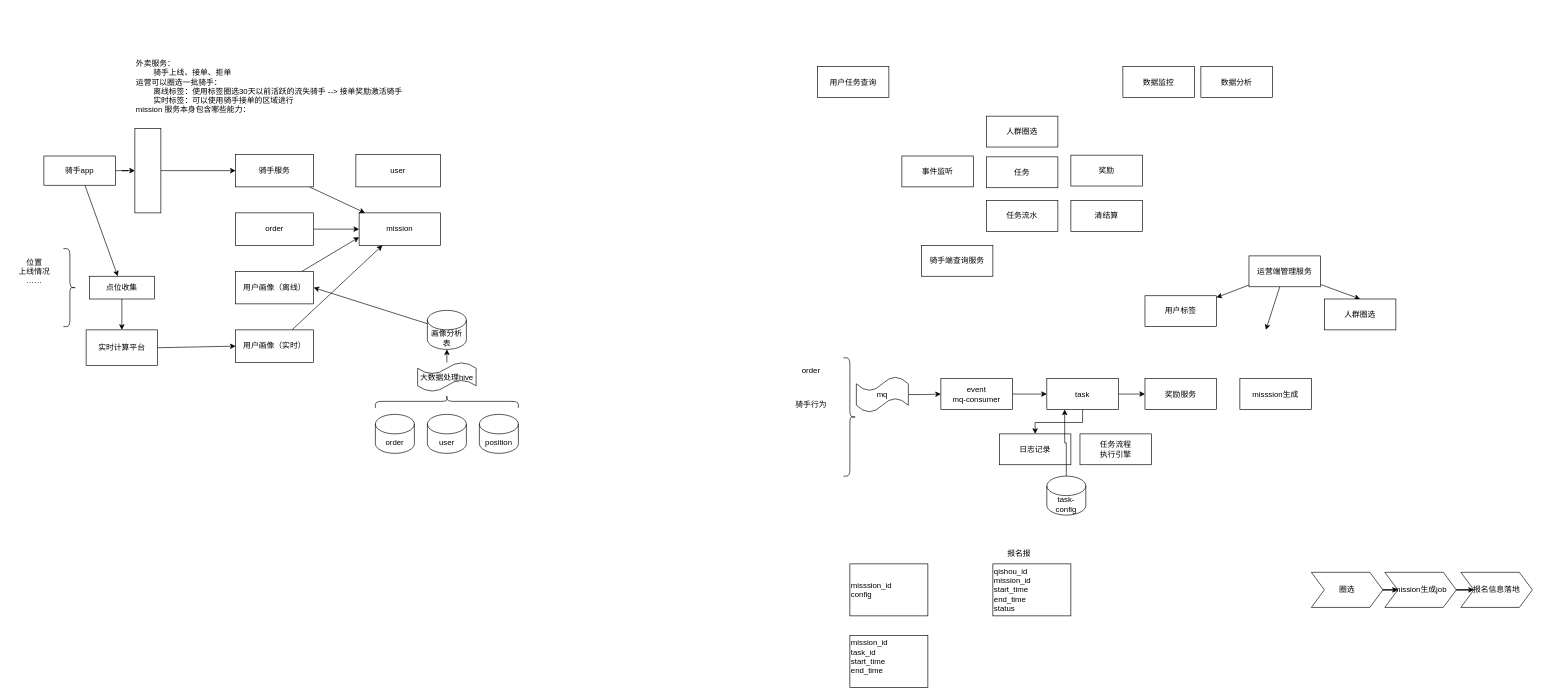
Earlier version of the draw.io diagram 面试1.drawio (ShayneL/-). Source tidied: cells renumbered, new cells numbered last; positions are measured from the earlier drawing's top-left corner, leaving out a move shared by most shapes. Both pictures are drawn from the tidied source at 65%, with x=0, y=0 at pixel (11, 55).
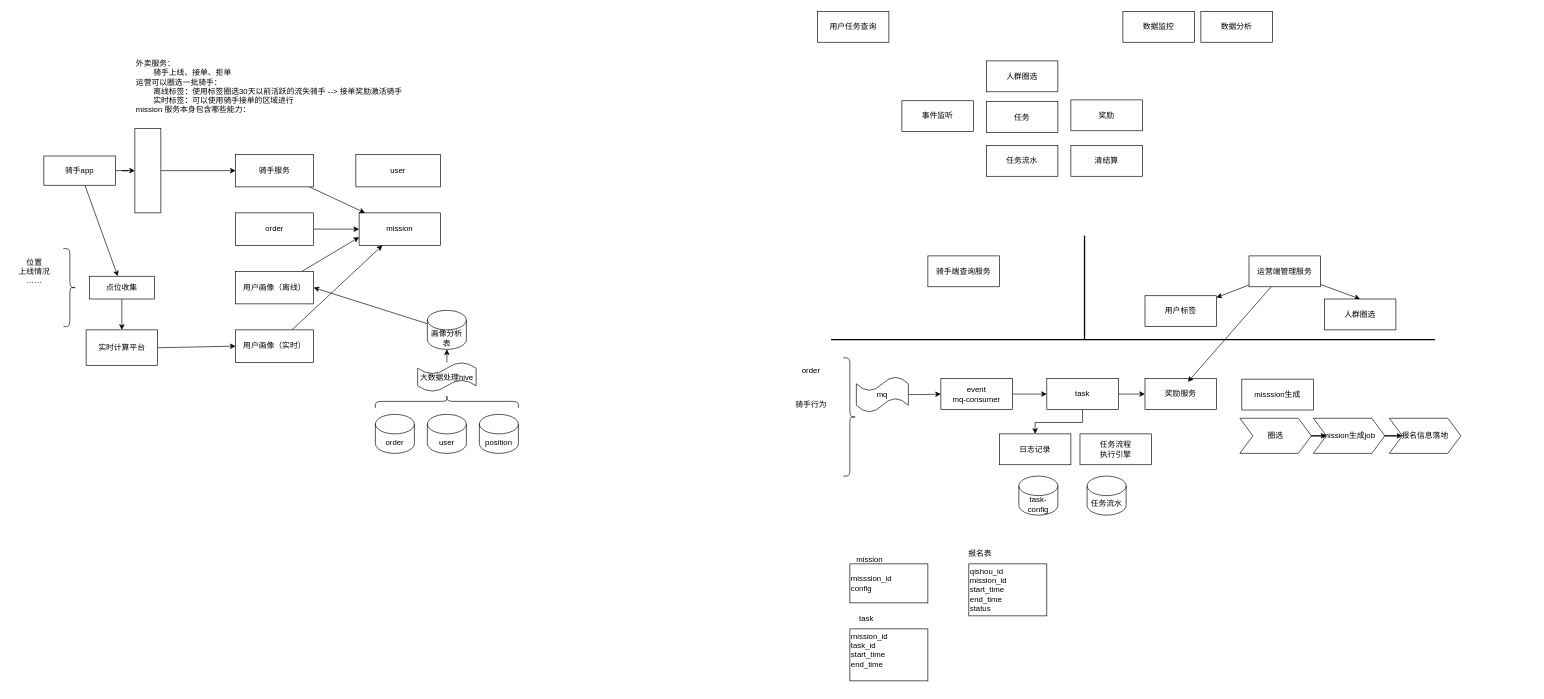
The same diagram, later.

The change refers to these unchanged cells:
```xml
<mxCell id="43" value="task" style="rounded=0;whiteSpace=wrap;html=1;" parent="1" vertex="1">
  <mxGeometry x="1593" y="497" width="110" height="47.5" as="geometry" />
</mxCell>
<mxCell id="44" value="奖励服务" style="rounded=0;whiteSpace=wrap;html=1;" parent="1" vertex="1">
  <mxGeometry x="1744" y="497" width="110" height="47.5" as="geometry" />
</mxCell>
<mxCell id="49" value="运营端管理服务" style="rounded=0;whiteSpace=wrap;html=1;" parent="1" vertex="1">
  <mxGeometry x="1904" y="308.2" width="110" height="47.5" as="geometry" />
</mxCell>
```

The edit, as a diff of the source:
```diff
@@
     <mxCell id="32" value="任务" style="rounded=0;whiteSpace=wrap;html=1;" parent="1" vertex="1">
-      <mxGeometry x="1500" y="155.8" width="110" height="47.5" as="geometry" />
+      <mxGeometry x="1500" y="70.8" width="110" height="47.5" as="geometry" />
     </mxCell>
     <mxCell id="33" value="人群圈选" style="rounded=0;whiteSpace=wrap;html=1;" parent="1" vertex="1">
-      <mxGeometry x="1500" y="93.2" width="110" height="47.5" as="geometry" />
+      <mxGeometry x="1500" y="8.2" width="110" height="47.5" as="geometry" />
     </mxCell>
     <mxCell id="34" value="事件监听" style="rounded=0;whiteSpace=wrap;html=1;" parent="1" vertex="1">
-      <mxGeometry x="1370" y="154.5" width="110" height="47.5" as="geometry" />
+      <mxGeometry x="1370" y="69.5" width="110" height="47.5" as="geometry" />
     </mxCell>
     <mxCell id="35" value="奖励" style="rounded=0;whiteSpace=wrap;html=1;" parent="1" vertex="1">
-      <mxGeometry x="1630" y="153.2" width="110" height="47.5" as="geometry" />
+      <mxGeometry x="1630" y="68.2" width="110" height="47.5" as="geometry" />
     </mxCell>
     <mxCell id="36" value="任务流水" style="rounded=0;whiteSpace=wrap;html=1;" parent="1" vertex="1">
-      <mxGeometry x="1500" y="223.2" width="110" height="47.5" as="geometry" />
+      <mxGeometry x="1500" y="138.2" width="110" height="47.5" as="geometry" />
     </mxCell>
     <mxCell id="37" value="用户任务查询" style="rounded=0;whiteSpace=wrap;html=1;" parent="1" vertex="1">
-      <mxGeometry x="1240" y="17" width="110" height="47.5" as="geometry" />
+      <mxGeometry x="1240" y="-68" width="110" height="47.5" as="geometry" />
     </mxCell>
     <mxCell id="38" value="数据监控" style="rounded=0;whiteSpace=wrap;html=1;" parent="1" vertex="1">
-      <mxGeometry x="1710" y="17" width="110" height="47.5" as="geometry" />
+      <mxGeometry x="1710" y="-68" width="110" height="47.5" as="geometry" />
     </mxCell>
     <mxCell id="39" value="数据分析" style="rounded=0;whiteSpace=wrap;html=1;" parent="1" vertex="1">
-      <mxGeometry x="1830" y="17" width="110" height="47.5" as="geometry" />
+      <mxGeometry x="1830" y="-68" width="110" height="47.5" as="geometry" />
     </mxCell>
     <mxCell id="40" value="清结算" style="rounded=0;whiteSpace=wrap;html=1;" parent="1" vertex="1">
-      <mxGeometry x="1630" y="223.2" width="110" height="47.5" as="geometry" />
+      <mxGeometry x="1630" y="138.2" width="110" height="47.5" as="geometry" />
     </mxCell>
@@
-    <mxCell id="48" style="rounded=0;jettySize=auto;html=1;" parent="1" edge="1" source="49">
-      <mxGeometry relative="1" as="geometry">
-        <mxPoint x="1930" y="422" as="targetPoint" />
-      </mxGeometry>
+    <mxCell id="48" style="rounded=0;jettySize=auto;html=1;entryX=0.6;entryY=0.105;entryDx=0;entryDy=0;entryPerimeter=0;" parent="1" edge="1" source="49" target="44">
+      <mxGeometry relative="1" as="geometry" />
     </mxCell>
@@
     <mxCell id="50" value="骑手端查询服务" style="rounded=0;whiteSpace=wrap;html=1;" parent="1" vertex="1">
-      <mxGeometry x="1400" y="292" width="110" height="47.5" as="geometry" />
+      <mxGeometry x="1410" y="308.2" width="110" height="47.5" as="geometry" />
     </mxCell>
@@
-    <mxCell id="58" style="edgeStyle=orthogonalEdgeStyle;rounded=0;jettySize=auto;html=1;entryX=0.25;entryY=1;entryDx=0;entryDy=0;" parent="1" edge="1" source="59" target="43">
-      <mxGeometry relative="1" as="geometry" />
-    </mxCell>
     <mxCell id="59" value="task-config" style="shape=cylinder3;whiteSpace=wrap;html=1;boundedLbl=1;backgroundOutline=1;size=15;" parent="1" vertex="1">
-      <mxGeometry x="1593" y="647" width="60" height="60" as="geometry" />
+      <mxGeometry x="1550" y="647" width="60" height="60" as="geometry" />
     </mxCell>
@@
     <mxCell id="63" value="qishou_id&lt;div&gt;mission_id&lt;/div&gt;&lt;div&gt;start_time&lt;br&gt;end_time&lt;/div&gt;&lt;div&gt;status&lt;/div&gt;" style="rounded=0;whiteSpace=wrap;html=1;align=left;" parent="1" vertex="1">
-      <mxGeometry x="1510" y="782" width="120" height="80" as="geometry" />
+      <mxGeometry x="1473" y="782" width="120" height="80" as="geometry" />
     </mxCell>
     <mxCell id="64" value="mission_id&lt;div&gt;task_id&lt;/div&gt;&lt;div&gt;start_time&lt;/div&gt;&lt;div&gt;end_time&lt;/div&gt;&lt;div&gt;&lt;br&gt;&lt;/div&gt;" style="rounded=0;whiteSpace=wrap;html=1;align=left;" parent="1" vertex="1">
-      <mxGeometry x="1290" y="892" width="120" height="80" as="geometry" />
+      <mxGeometry x="1290" y="882" width="120" height="80" as="geometry" />
     </mxCell>
     <mxCell id="65" value="misssion_id&lt;div&gt;config&lt;/div&gt;" style="rounded=0;whiteSpace=wrap;html=1;align=left;" parent="1" vertex="1">
-      <mxGeometry x="1290" y="782" width="120" height="80" as="geometry" />
+      <mxGeometry x="1290" y="782" width="120" height="60" as="geometry" />
     </mxCell>
-    <mxCell id="66" value="报名报" style="text;html=1;align=center;verticalAlign=middle;strokeColor=none;fillColor=none;" parent="1" vertex="1">
-      <mxGeometry x="1520" y="752" width="60" height="30" as="geometry" />
+    <mxCell id="66" value="报名表" style="text;html=1;align=center;verticalAlign=middle;strokeColor=none;fillColor=none;" parent="1" vertex="1">
+      <mxGeometry x="1460" y="752" width="60" height="30" as="geometry" />
     </mxCell>
@@
     <mxCell id="68" value="圈选" style="shape=step;perimeter=stepPerimeter;whiteSpace=wrap;html=1;fixedSize=1;" parent="1" vertex="1">
-      <mxGeometry x="2000" y="795" width="110" height="54" as="geometry" />
+      <mxGeometry x="1890" y="558" width="110" height="54" as="geometry" />
     </mxCell>
@@
     <mxCell id="70" value="mission生成job" style="shape=step;perimeter=stepPerimeter;whiteSpace=wrap;html=1;fixedSize=1;" parent="1" vertex="1">
-      <mxGeometry x="2113" y="795" width="110" height="54" as="geometry" />
+      <mxGeometry x="2003" y="558" width="110" height="54" as="geometry" />
     </mxCell>
     <mxCell id="71" value="报名信息落地" style="shape=step;perimeter=stepPerimeter;whiteSpace=wrap;html=1;fixedSize=1;" parent="1" vertex="1">
-      <mxGeometry x="2230" y="795" width="110" height="54" as="geometry" />
+      <mxGeometry x="2120" y="558" width="110" height="54" as="geometry" />
     </mxCell>
     <mxCell id="72" value="misssion生成" style="rounded=0;whiteSpace=wrap;html=1;" parent="1" vertex="1">
-      <mxGeometry x="1890" y="497" width="110" height="47.5" as="geometry" />
+      <mxGeometry x="1893" y="497.8" width="110" height="47.5" as="geometry" />
     </mxCell>
@@
+    <mxCell id="74" value="task" style="text;html=1;align=center;verticalAlign=middle;strokeColor=none;fillColor=none;" parent="1" vertex="1">
+      <mxGeometry x="1290" y="852" width="50" height="30" as="geometry" />
+    </mxCell>
+    <mxCell id="75" value="mission" style="text;html=1;align=center;verticalAlign=middle;strokeColor=none;fillColor=none;" parent="1" vertex="1">
+      <mxGeometry x="1290" y="760" width="60" height="30" as="geometry" />
+    </mxCell>
+    <mxCell id="76" value="任务流水" style="shape=cylinder3;whiteSpace=wrap;html=1;boundedLbl=1;backgroundOutline=1;size=15;" parent="1" vertex="1">
+      <mxGeometry x="1655" y="647" width="60" height="60" as="geometry" />
+    </mxCell>
+    <mxCell id="77" style="line;strokeWidth=2;html=1;" parent="1" vertex="1">
+      <mxGeometry x="1261" y="432" width="929" height="10" as="geometry" />
+    </mxCell>
+    <mxCell id="78" style="line;strokeWidth=2;direction=south;html=1;" parent="1" vertex="1">
+      <mxGeometry x="1646" y="277" width="10" height="160" as="geometry" />
+    </mxCell>
```
